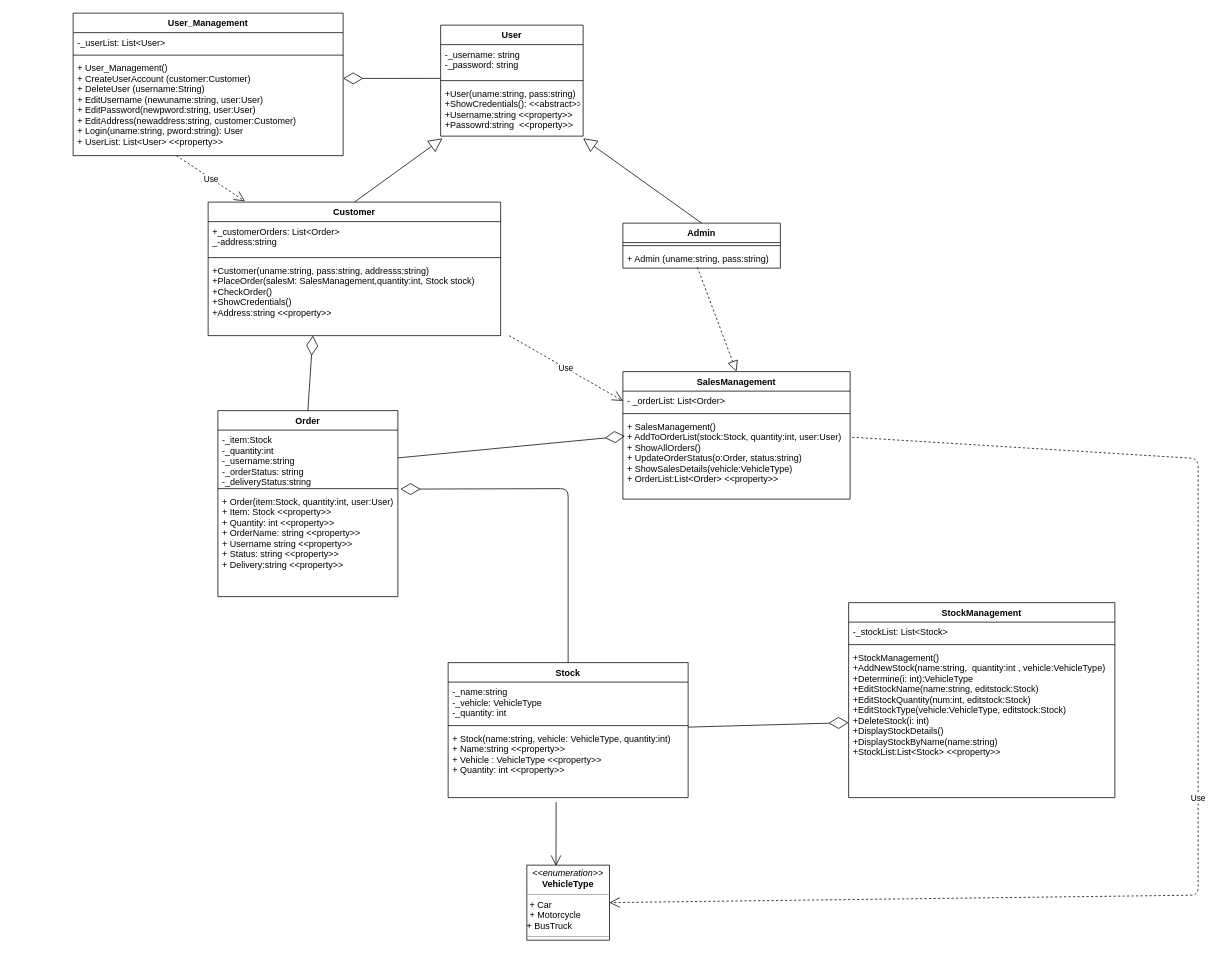
The draw.io diagram PassTask13.drawio in LastMinuteBanter/DistinctionTaskUML, before the edit. Source tidied: cells renumbered, new cells numbered last; positions are measured from the earlier drawing's top-left corner, leaving out a move shared by most shapes. Both pictures are drawn from the tidied source at 75%, with x=0, y=0 at pixel (73, 13).
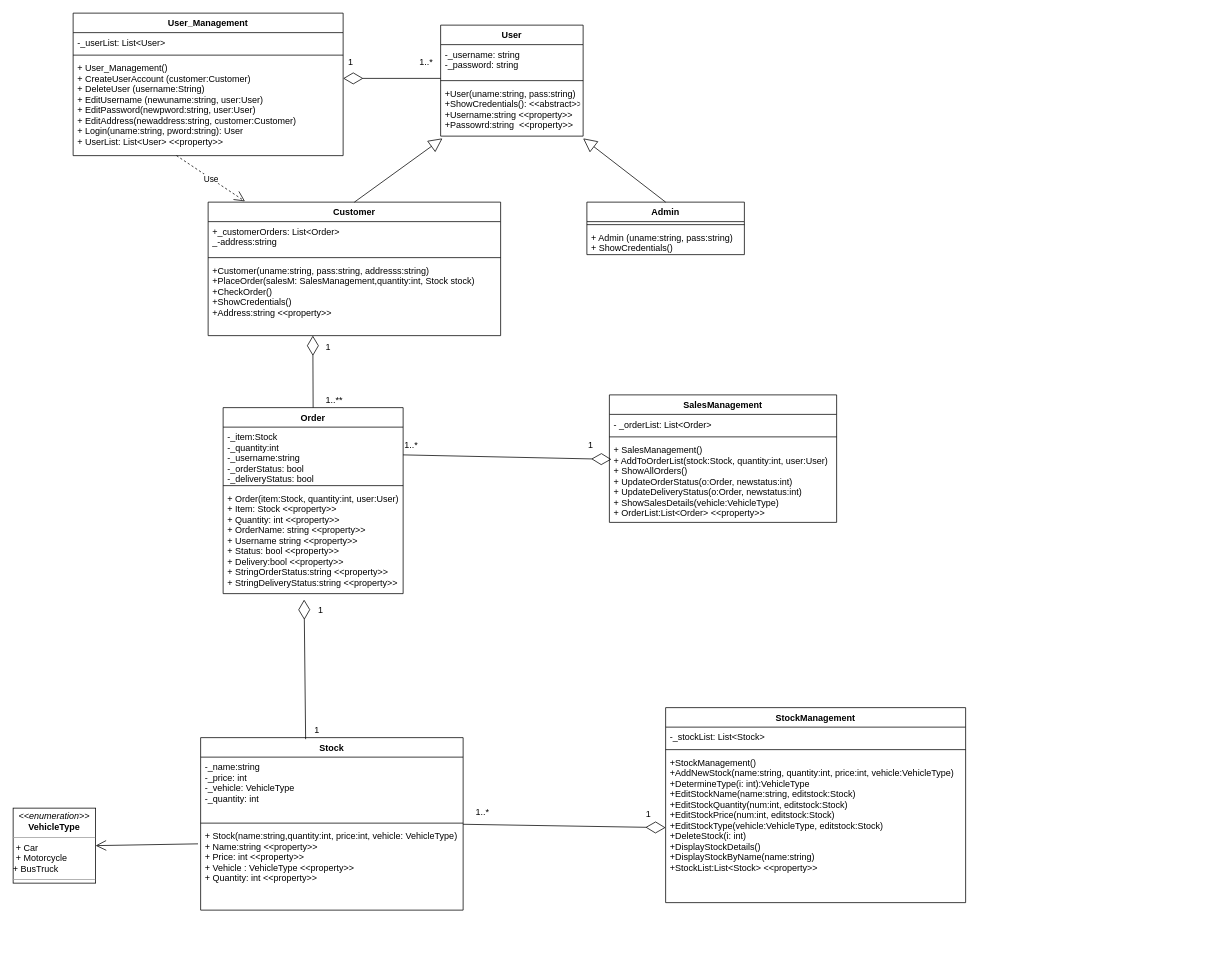
After the change.

The change refers to these unchanged cells:
```xml
<mxCell id="13" value="+Customer(uname:string, pass:string, addresss:string)&#10;+PlaceOrder(salesM: SalesManagement,quantity:int, Stock stock)&#10;+CheckOrder()&#10;+ShowCredentials() &#10;+Address:string &lt;&lt;property&gt;&gt;&#10;&#10;&#10;" style="text;strokeColor=none;fillColor=none;align=left;verticalAlign=top;spacingLeft=4;spacingRight=4;overflow=hidden;points=[[0,0.5],[1,0.5]];portConstraint=eastwest;" parent="10" vertex="1">
  <mxGeometry y="78" width="390" height="100" as="geometry" />
</mxCell>
<mxCell id="22" value="- _orderList: List&lt;Order&gt;" style="text;strokeColor=none;fillColor=none;align=left;verticalAlign=top;spacingLeft=4;spacingRight=4;overflow=hidden;points=[[0,0.5],[1,0.5]];portConstraint=eastwest;" parent="21" vertex="1">
  <mxGeometry y="26" width="303" height="26" as="geometry" />
</mxCell>
```

What changed in the source:
```diff
@@
     <mxCell id="14" value="Admin" style="swimlane;fontStyle=1;align=center;verticalAlign=top;horizontal=1;startSize=26;" parent="1" vertex="1">
-      <mxGeometry x="733" y="280" width="210" height="60" as="geometry" />
+      <mxGeometry x="685" y="252" width="210" height="70" as="geometry" />
     </mxCell>
@@
-    <mxCell id="16" value="+ Admin (uname:string, pass:string)" style="text;strokeColor=none;fillColor=none;align=left;verticalAlign=top;spacingLeft=4;spacingRight=4;overflow=hidden;points=[[0,0.5],[1,0.5]];portConstraint=eastwest;" parent="14" vertex="1">
-      <mxGeometry y="34" width="210" height="26" as="geometry" />
+    <mxCell id="16" value="+ Admin (uname:string, pass:string)&#10;+ ShowCredentials()&#10;" style="text;strokeColor=none;fillColor=none;align=left;verticalAlign=top;spacingLeft=4;spacingRight=4;overflow=hidden;points=[[0,0.5],[1,0.5]];portConstraint=eastwest;" parent="14" vertex="1">
+      <mxGeometry y="34" width="210" height="36" as="geometry" />
     </mxCell>
     <mxCell id="17" value="Order" style="swimlane;fontStyle=1;align=center;verticalAlign=top;horizontal=1;startSize=26;" parent="1" vertex="1">
-      <mxGeometry x="193" y="530" width="240" height="248" as="geometry" />
+      <mxGeometry x="200" y="526" width="240" height="248" as="geometry" />
     </mxCell>
-    <mxCell id="18" value="-_item:Stock&#10;-_quantity:int&#10;-_username:string&#10;-_orderStatus: string&#10;-_deliveryStatus:string&#10;&#10;&#10;" style="text;strokeColor=none;fillColor=none;align=left;verticalAlign=top;spacingLeft=4;spacingRight=4;overflow=hidden;points=[[0,0.5],[1,0.5]];portConstraint=eastwest;" parent="17" vertex="1">
+    <mxCell id="18" value="-_item:Stock&#10;-_quantity:int&#10;-_username:string&#10;-_orderStatus: bool&#10;-_deliveryStatus: bool&#10;&#10;&#10;" style="text;strokeColor=none;fillColor=none;align=left;verticalAlign=top;spacingLeft=4;spacingRight=4;overflow=hidden;points=[[0,0.5],[1,0.5]];portConstraint=eastwest;" parent="17" vertex="1">
       <mxGeometry y="26" width="240" height="74" as="geometry" />
     </mxCell>
@@
-    <mxCell id="20" value="+ Order(item:Stock, quantity:int, user:User)&#10;+ Item: Stock &lt;&lt;property&gt;&gt;&#10;+ Quantity: int &lt;&lt;property&gt;&gt;&#10;+ OrderName: string &lt;&lt;property&gt;&gt;&#10;+ Username string &lt;&lt;property&gt;&gt;&#10;+ Status: string &lt;&lt;property&gt;&gt;&#10;+ Delivery:string &lt;&lt;property&gt;&gt;&#10;" style="text;strokeColor=none;fillColor=none;align=left;verticalAlign=top;spacingLeft=4;spacingRight=4;overflow=hidden;points=[[0,0.5],[1,0.5]];portConstraint=eastwest;" parent="17" vertex="1">
+    <mxCell id="20" value="+ Order(item:Stock, quantity:int, user:User)&#10;+ Item: Stock &lt;&lt;property&gt;&gt;&#10;+ Quantity: int &lt;&lt;property&gt;&gt;&#10;+ OrderName: string &lt;&lt;property&gt;&gt;&#10;+ Username string &lt;&lt;property&gt;&gt;&#10;+ Status: bool &lt;&lt;property&gt;&gt;&#10;+ Delivery:bool &lt;&lt;property&gt;&gt;&#10;+ StringOrderStatus:string &lt;&lt;property&gt;&gt;&#10;+ StringDeliveryStatus:string &lt;&lt;property&gt;&gt;&#10;&#10;" style="text;strokeColor=none;fillColor=none;align=left;verticalAlign=top;spacingLeft=4;spacingRight=4;overflow=hidden;points=[[0,0.5],[1,0.5]];portConstraint=eastwest;" parent="17" vertex="1">
       <mxGeometry y="108" width="240" height="140" as="geometry" />
     </mxCell>
     <mxCell id="21" value="SalesManagement" style="swimlane;fontStyle=1;align=center;verticalAlign=top;horizontal=1;startSize=26;" parent="1" vertex="1">
-      <mxGeometry x="733" y="478" width="303" height="170" as="geometry" />
+      <mxGeometry x="715" y="509" width="303" height="170" as="geometry" />
     </mxCell>
@@
-    <mxCell id="24" value="+ SalesManagement()&#10;+ AddToOrderList(stock:Stock, quantity:int, user:User)&#10;+ ShowAllOrders()&#10;+ UpdateOrderStatus(o:Order, status:string)&#10;+ ShowSalesDetails(vehicle:VehicleType)&#10;+ OrderList:List&lt;Order&gt; &lt;&lt;property&gt;&gt;&#10;&#10;&#10;&#10;" style="text;strokeColor=none;fillColor=none;align=left;verticalAlign=top;spacingLeft=4;spacingRight=4;overflow=hidden;points=[[0,0.5],[1,0.5]];portConstraint=eastwest;" parent="21" vertex="1">
+    <mxCell id="24" value="+ SalesManagement()&#10;+ AddToOrderList(stock:Stock, quantity:int, user:User)&#10;+ ShowAllOrders()&#10;+ UpdateOrderStatus(o:Order, newstatus:int)&#10;+ UpdateDeliveryStatus(o:Order, newstatus:int)&#10;+ ShowSalesDetails(vehicle:VehicleType)&#10;+ OrderList:List&lt;Order&gt; &lt;&lt;property&gt;&gt;&#10;&#10;&#10;&#10;" style="text;strokeColor=none;fillColor=none;align=left;verticalAlign=top;spacingLeft=4;spacingRight=4;overflow=hidden;points=[[0,0.5],[1,0.5]];portConstraint=eastwest;" parent="21" vertex="1">
       <mxGeometry y="60" width="303" height="110" as="geometry" />
     </mxCell>
     <mxCell id="25" value="Stock" style="swimlane;fontStyle=1;align=center;verticalAlign=top;horizontal=1;startSize=26;" parent="1" vertex="1">
-      <mxGeometry x="500" y="866" width="320" height="180" as="geometry" />
+      <mxGeometry x="170" y="966" width="350" height="230" as="geometry" />
     </mxCell>
-    <mxCell id="26" value="-_name:string&#10;-_vehicle: VehicleType&#10;-_quantity: int&#10;" style="text;strokeColor=none;fillColor=none;align=left;verticalAlign=top;spacingLeft=4;spacingRight=4;overflow=hidden;" parent="25" vertex="1">
-      <mxGeometry y="26" width="320" height="54" as="geometry" />
+    <mxCell id="26" value="-_name:string&#10;-_price: int&#10;-_vehicle: VehicleType&#10;-_quantity: int&#10;" style="text;strokeColor=none;fillColor=none;align=left;verticalAlign=top;spacingLeft=4;spacingRight=4;overflow=hidden;" parent="25" vertex="1">
+      <mxGeometry y="26" width="350" height="84" as="geometry" />
     </mxCell>
     <mxCell id="27" style="line;strokeWidth=1;fillColor=none;align=left;verticalAlign=middle;spacingTop=-1;spacingLeft=3;spacingRight=3;labelPosition=right;" parent="25" vertex="1">
-      <mxGeometry y="80" width="320" height="8" as="geometry" />
+      <mxGeometry y="110" width="350" height="8" as="geometry" />
     </mxCell>
-    <mxCell id="28" value="+ Stock(name:string, vehicle: VehicleType, quantity:int)&#10;+ Name:string &lt;&lt;property&gt;&gt;&#10;+ Vehicle : VehicleType &lt;&lt;property&gt;&gt;&#10;+ Quantity: int &lt;&lt;property&gt;&gt;&#10;" style="text;strokeColor=none;fillColor=none;align=left;verticalAlign=top;spacingLeft=4;spacingRight=4;overflow=hidden;points=[[0,0.5],[1,0.5]];portConstraint=eastwest;" parent="25" vertex="1">
-      <mxGeometry y="88" width="320" height="92" as="geometry" />
+    <mxCell id="28" value="+ Stock(name:string,quantity:int, price:int, vehicle: VehicleType)&#10;+ Name:string &lt;&lt;property&gt;&gt;&#10;+ Price: int &lt;&lt;property&gt;&gt;&#10;+ Vehicle : VehicleType &lt;&lt;property&gt;&gt;&#10;+ Quantity: int &lt;&lt;property&gt;&gt;&#10;" style="text;strokeColor=none;fillColor=none;align=left;verticalAlign=top;spacingLeft=4;spacingRight=4;overflow=hidden;points=[[0,0.5],[1,0.5]];portConstraint=eastwest;" parent="25" vertex="1">
+      <mxGeometry y="118" width="350" height="112" as="geometry" />
     </mxCell>
     <mxCell id="29" value="StockManagement" style="swimlane;fontStyle=1;align=center;verticalAlign=top;horizontal=1;startSize=26;" parent="1" vertex="1">
-      <mxGeometry x="1034" y="786" width="355" height="260" as="geometry" />
+      <mxGeometry x="790" y="926" width="400" height="260" as="geometry" />
     </mxCell>
     <mxCell id="30" value="-_stockList: List&lt;Stock&gt;" style="text;strokeColor=none;fillColor=none;align=left;verticalAlign=top;spacingLeft=4;spacingRight=4;overflow=hidden;" parent="29" vertex="1">
-      <mxGeometry y="26" width="355" height="26" as="geometry" />
+      <mxGeometry y="26" width="400" height="26" as="geometry" />
     </mxCell>
     <mxCell id="31" style="line;strokeWidth=1;fillColor=none;align=left;verticalAlign=middle;spacingTop=-1;spacingLeft=3;spacingRight=3;labelPosition=right;" parent="29" vertex="1">
-      <mxGeometry y="52" width="355" height="8" as="geometry" />
+      <mxGeometry y="52" width="400" height="8" as="geometry" />
     </mxCell>
-    <mxCell id="32" value="+StockManagement()&#10;+AddNewStock(name:string,  quantity:int , vehicle:VehicleType)&#10;+Determine(i: int):VehicleType&#10;+EditStockName(name:string, editstock:Stock)&#10;+EditStockQuantity(num:int, editstock:Stock)&#10;+EditStockType(vehicle:VehicleType, editstock:Stock)&#10;+DeleteStock(i: int)&#10;+DisplayStockDetails()&#10;+DisplayStockByName(name:string)&#10;+StockList:List&lt;Stock&gt; &lt;&lt;property&gt;&gt;&#10;&#10;&#10;&#10;" style="text;strokeColor=none;fillColor=none;align=left;verticalAlign=top;spacingLeft=4;spacingRight=4;overflow=hidden;points=[[0,0.5],[1,0.5]];portConstraint=eastwest;" parent="29" vertex="1">
-      <mxGeometry y="60" width="355" height="200" as="geometry" />
+    <mxCell id="32" value="+StockManagement()&#10;+AddNewStock(name:string, quantity:int, price:int, vehicle:VehicleType)&#10;+DetermineType(i: int):VehicleType&#10;+EditStockName(name:string, editstock:Stock)&#10;+EditStockQuantity(num:int, editstock:Stock)&#10;+EditStockPrice(num:int, editstock:Stock)&#10;+EditStockType(vehicle:VehicleType, editstock:Stock)&#10;+DeleteStock(i: int)&#10;+DisplayStockDetails()&#10;+DisplayStockByName(name:string)&#10;+StockList:List&lt;Stock&gt; &lt;&lt;property&gt;&gt;&#10;&#10;&#10;&#10;" style="text;strokeColor=none;fillColor=none;align=left;verticalAlign=top;spacingLeft=4;spacingRight=4;overflow=hidden;points=[[0,0.5],[1,0.5]];portConstraint=eastwest;" parent="29" vertex="1">
+      <mxGeometry y="60" width="400" height="200" as="geometry" />
     </mxCell>
     <mxCell id="33" value="&lt;p style=&quot;margin: 0px ; margin-top: 4px ; text-align: center&quot;&gt;&lt;i&gt;&amp;lt;&amp;lt;enumeration&amp;gt;&amp;gt;&lt;/i&gt;&lt;br&gt;&lt;b&gt;VehicleType&lt;/b&gt;&lt;/p&gt;&lt;hr size=&quot;1&quot;&gt;&lt;p style=&quot;margin: 0px ; margin-left: 4px&quot;&gt;+ Car&lt;/p&gt;&lt;p style=&quot;margin: 0px ; margin-left: 4px&quot;&gt;+ Motorcycle&lt;/p&gt;+ BusTruck&lt;hr size=&quot;1&quot;&gt;" style="verticalAlign=top;align=left;overflow=fill;fontSize=12;fontFamily=Helvetica;html=1;" parent="1" vertex="1">
-      <mxGeometry x="605" y="1136" width="110" height="100" as="geometry" />
+      <mxGeometry x="-80" y="1060" width="110" height="100" as="geometry" />
     </mxCell>
@@
-    <mxCell id="36" style="endArrow=block;dashed=1;endFill=0;endSize=12;html=1;entryX=0.5;entryY=0;entryDx=0;entryDy=0;exitX=0.473;exitY=0.956;exitDx=0;exitDy=0;exitPerimeter=0;" parent="1" edge="1" source="16" target="21">
-      <mxGeometry relative="1" as="geometry" />
-    </mxCell>
@@
-    <mxCell id="38" style="endArrow=open;endFill=1;endSize=12;html=1;exitX=0.45;exitY=1.065;exitDx=0;exitDy=0;exitPerimeter=0;entryX=0.353;entryY=0.011;entryDx=0;entryDy=0;entryPerimeter=0;" parent="1" edge="1" source="28" target="33">
+    <mxCell id="38" style="endArrow=open;endFill=1;endSize=12;html=1;exitX=-0.01;exitY=0.211;exitDx=0;exitDy=0;exitPerimeter=0;entryX=1;entryY=0.5;entryDx=0;entryDy=0;" parent="1" edge="1" source="28" target="33">
       <mxGeometry relative="1" as="geometry" />
     </mxCell>
-    <mxCell id="39" style="endArrow=diamondThin;endFill=0;endSize=24;html=1;exitX=0.5;exitY=0;exitDx=0;exitDy=0;entryX=1.014;entryY=-0.024;entryDx=0;entryDy=0;entryPerimeter=0;" parent="1" edge="1" source="25" target="20">
-      <mxGeometry relative="1" as="geometry">
-        <Array as="points">
-          <mxPoint x="660" y="634" />
-        </Array>
-      </mxGeometry>
-    </mxCell>
@@
-    <mxCell id="42" value="Use" style="endArrow=open;endSize=12;dashed=1;html=1;exitX=1.029;exitY=1;exitDx=0;exitDy=0;exitPerimeter=0;entryX=0;entryY=0.5;entryDx=0;entryDy=0;" parent="1" edge="1" source="13" target="22">
-      <mxGeometry relative="1" as="geometry" />
-    </mxCell>
@@
-    <mxCell id="45" value="Use" style="endArrow=open;endSize=12;dashed=1;html=1;exitX=1.009;exitY=0.25;exitDx=0;exitDy=0;exitPerimeter=0;entryX=1;entryY=0.5;entryDx=0;entryDy=0;" parent="1" edge="1" source="24" target="33">
-      <mxGeometry relative="1" as="geometry">
-        <Array as="points">
-          <mxPoint x="1500" y="594" />
-          <mxPoint x="1500" y="1176" />
-        </Array>
-      </mxGeometry>
-    </mxCell>
+    <mxCell id="39" style="endArrow=diamondThin;endFill=0;endSize=24;html=1;entryX=0.45;entryY=1.057;entryDx=0;entryDy=0;entryPerimeter=0;exitX=0.4;exitY=0.009;exitDx=0;exitDy=0;exitPerimeter=0;" parent="1" edge="1" source="25" target="20">
+      <mxGeometry relative="1" as="geometry" />
+    </mxCell>
+    <mxCell id="46" value="1" style="text;html=1;align=left;verticalAlign=top;spacingTop=-4;direction=south;" parent="1" vertex="1">
+      <mxGeometry x="365" y="56" width="20" height="20" as="geometry" />
+    </mxCell>
+    <mxCell id="47" value="1..*" style="text;html=1;align=left;verticalAlign=top;spacingTop=-4;" parent="1" vertex="1">
+      <mxGeometry x="460" y="56" width="30" height="20" as="geometry" />
+    </mxCell>
+    <mxCell id="48" value="1" style="text;html=1;align=left;verticalAlign=top;spacingTop=-4;" parent="1" vertex="1">
+      <mxGeometry x="335" y="436" width="20" height="20" as="geometry" />
+    </mxCell>
+    <mxCell id="49" value="1..**" style="text;html=1;align=left;verticalAlign=top;spacingTop=-4;" parent="1" vertex="1">
+      <mxGeometry x="335" y="506" width="40" height="20" as="geometry" />
+    </mxCell>
+    <mxCell id="50" value="1" style="text;html=1;align=left;verticalAlign=top;spacingTop=-4;" parent="1" vertex="1">
+      <mxGeometry x="325" y="786" width="20" height="20" as="geometry" />
+    </mxCell>
+    <mxCell id="51" value="1" style="text;html=1;align=left;verticalAlign=top;spacingTop=-4;" parent="1" vertex="1">
+      <mxGeometry x="320" y="946" width="20" height="20" as="geometry" />
+    </mxCell>
+    <mxCell id="52" value="1..*" style="text;html=1;align=left;verticalAlign=top;spacingTop=-4;" parent="1" vertex="1">
+      <mxGeometry x="440" y="566" width="30" height="20" as="geometry" />
+    </mxCell>
+    <mxCell id="53" value="1" style="text;html=1;align=left;verticalAlign=top;spacingTop=-4;" parent="1" vertex="1">
+      <mxGeometry x="685" y="566" width="20" height="20" as="geometry" />
+    </mxCell>
+    <mxCell id="54" value="1..*" style="text;html=1;align=left;verticalAlign=top;spacingTop=-4;" parent="1" vertex="1">
+      <mxGeometry x="535" y="1056" width="30" height="20" as="geometry" />
+    </mxCell>
+    <mxCell id="55" value="1" style="text;html=1;align=left;verticalAlign=top;spacingTop=-4;" parent="1" vertex="1">
+      <mxGeometry x="762" y="1058" width="20" height="20" as="geometry" />
+    </mxCell>
```
